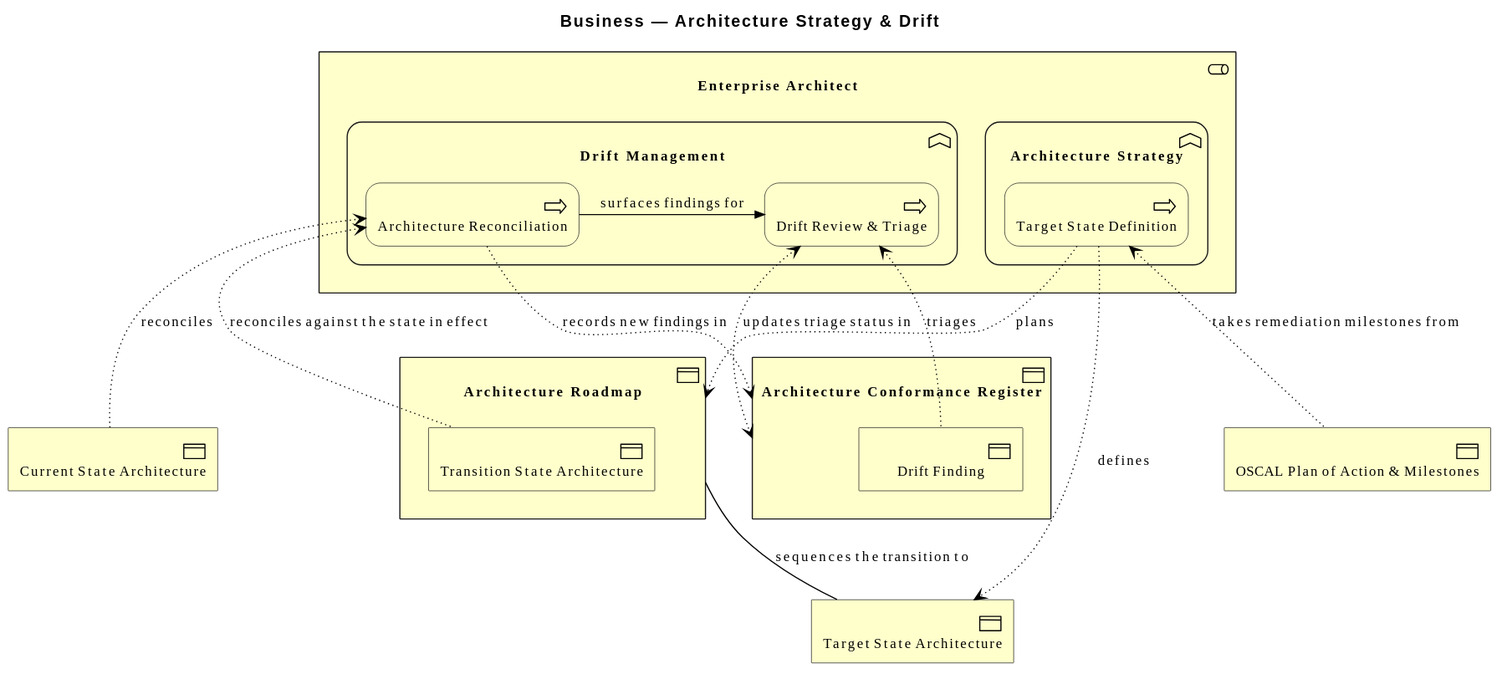
Earlier version of the PlantUML export architecture/model/diagrams/business/strategy-drift.svg (wolffy-au/frictionless-architect).
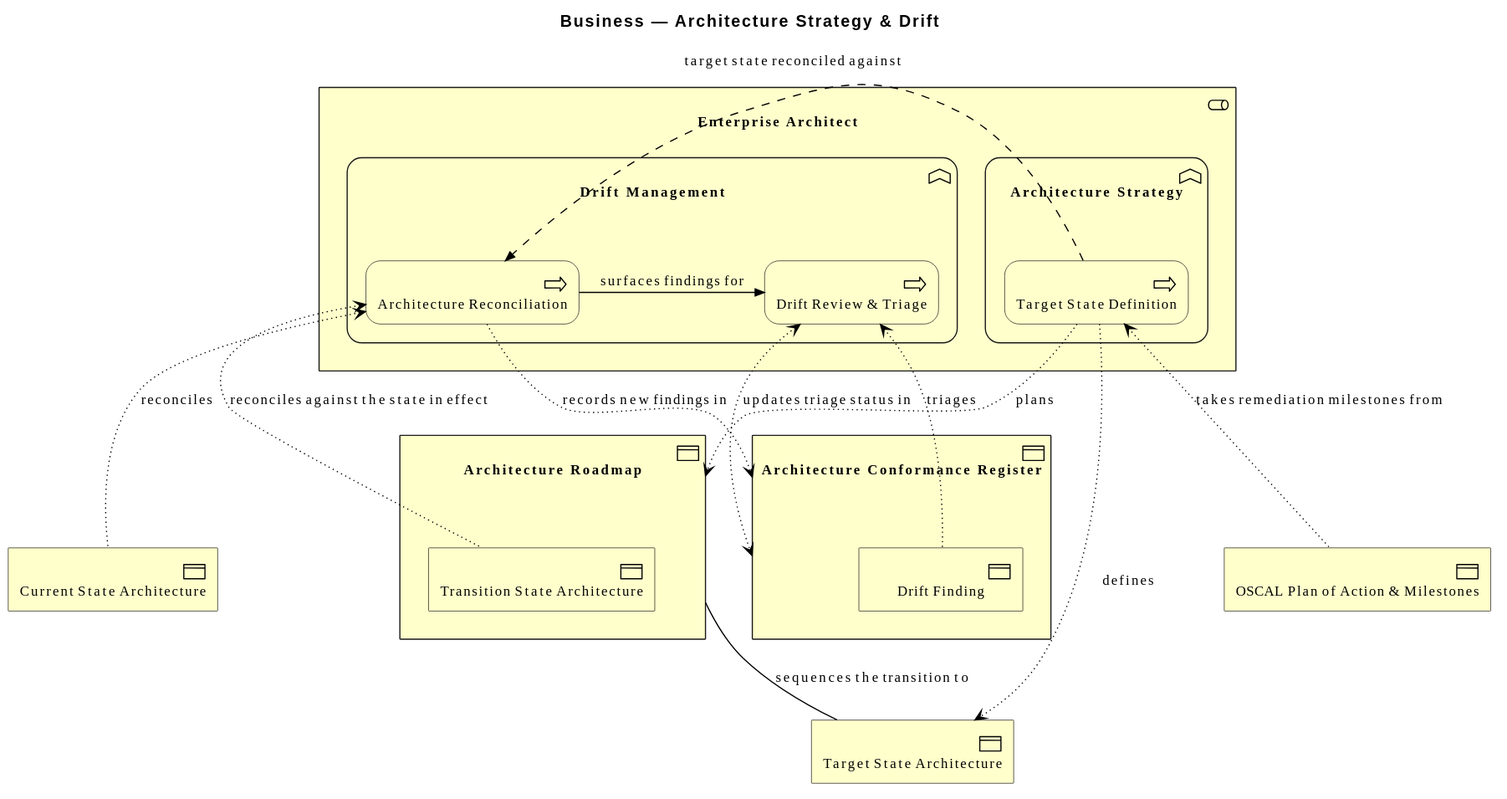
The same file after the commit.

Change to the diagram source:
```diff
@@ -23,6 +23,7 @@
 }
 
 Rel_Triggering_Right(e_id3a7a27eefeb751, e_id33612ed603b85e, "surfaces findings for")
+Rel_Flow_Right(e_id395c9c2923aa56, e_id3a7a27eefeb751, "target state reconciled against")
 Rel_Access_w(e_id395c9c2923aa56, e_id2532acbff6cc51, "defines")
 Rel_Access_r(e_id3a7a27eefeb751, e_id66f6cfb386e056, "reconciles")
 Rel_Access_w(e_id395c9c2923aa56, e_idb23da624fbab57, "plans")
```
